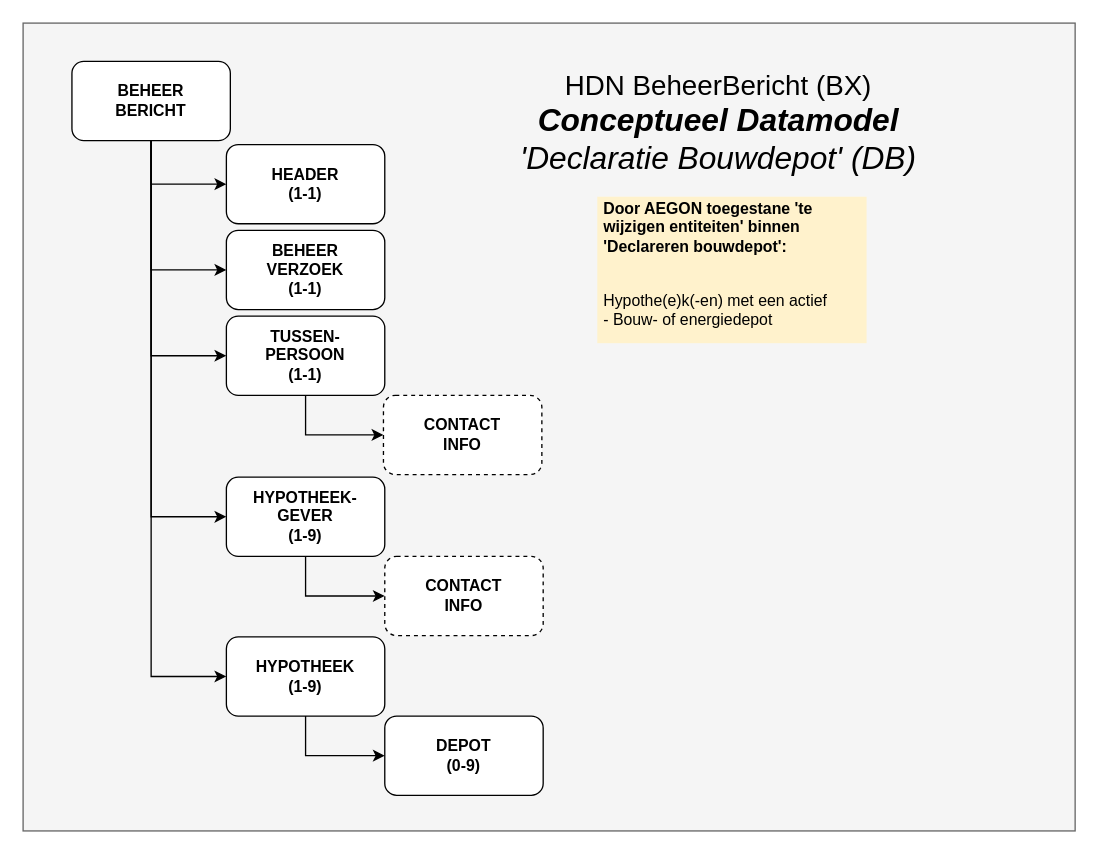
luchthandel/diagrams keeps this draw.io diagram as page "DataModel DB" (1 of 5) of HDN_BX_MM_BouwdepotDeclaratie.drawio. Above is the earlier version. Source tidied: cells renumbered, new cells numbered last; positions are measured from the earlier drawing's top-left corner, leaving out a move shared by most shapes. Both pictures are drawn from the tidied source at 132%, with x=0, y=0 at pixel (22, 22).
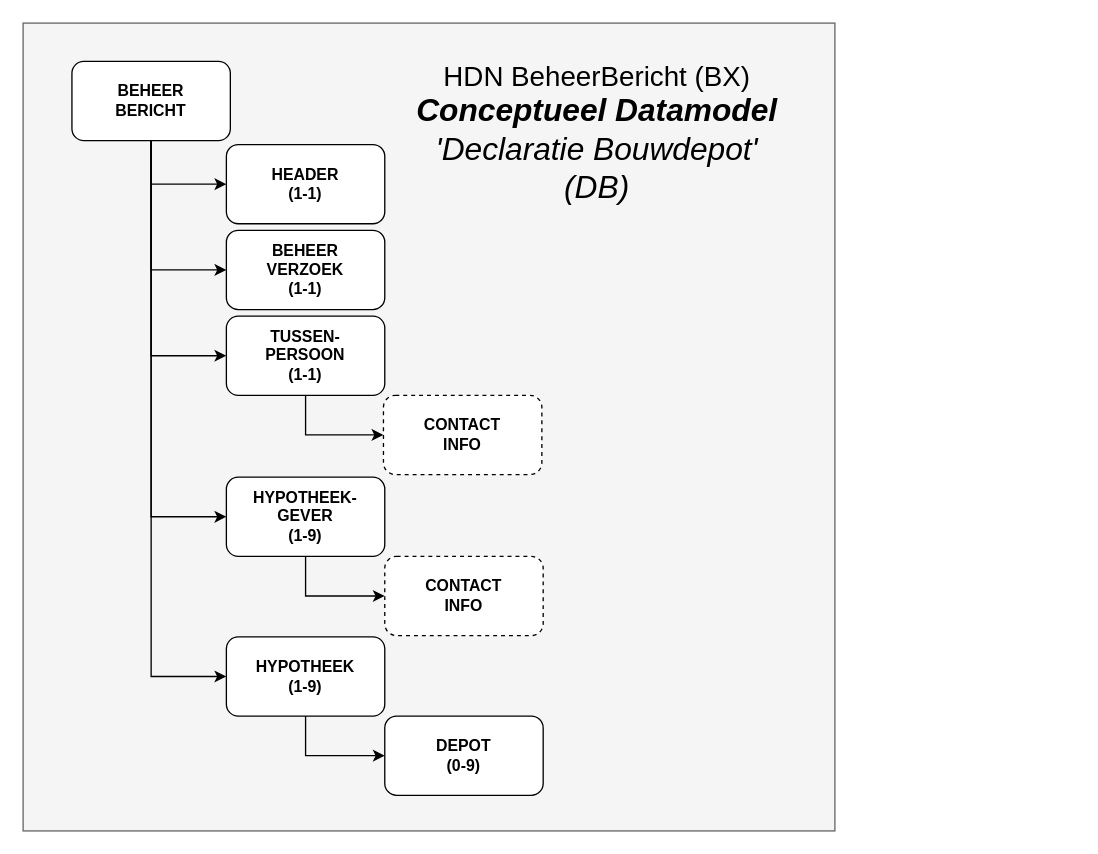
After the change.

Change to the diagram source:
```diff
@@
     <mxCell id="2" style="rounded=0;whiteSpace=wrap;html=1;fillColor=#f5f5f5;strokeColor=#666666;fontColor=#333333;labelBackgroundColor=none;" parent="1" vertex="1">
-      <mxGeometry width="797" height="612" as="geometry" />
+      <mxGeometry width="615" height="612" as="geometry" />
     </mxCell>
@@
     <mxCell id="20" value="&lt;font style=&quot;font-size: 21px&quot;&gt;HDN BeheerBericht (BX)&lt;br&gt;&lt;/font&gt;&lt;span style=&quot;font-size: 24px&quot;&gt;&lt;i&gt;&lt;b&gt;Conceptueel Datamodel&lt;/b&gt;&lt;br&gt;'Declaratie Bouwdepot' (DB)&lt;br&gt;&lt;/i&gt;&lt;/span&gt;" style="text;html=1;strokeColor=none;fillColor=none;align=center;verticalAlign=middle;whiteSpace=wrap;rounded=0;" parent="1" vertex="1">
-      <mxGeometry x="297" y="29" width="460" height="93" as="geometry" />
+      <mxGeometry x="289" y="36" width="292" height="93" as="geometry" />
     </mxCell>
-    <mxCell id="21" value="&lt;p&gt;&lt;b&gt;Door AEGON toegestane 'te wijzigen entiteiten' binnen 'Declareren bouwdepot':&lt;/b&gt;&lt;/p&gt;&lt;p&gt;&lt;b&gt;&lt;br&gt;&lt;/b&gt;Hypothe(e)k(-en) met een actief&lt;br&gt;- Bouw- of energiedepot&lt;/p&gt;" style="text;html=1;fillColor=#fff2cc;spacing=5;spacingTop=-20;whiteSpace=wrap;overflow=hidden;rounded=0;verticalAlign=top;" parent="1" vertex="1">
-      <mxGeometry x="435" y="131.5" width="204" height="111" as="geometry" />
-    </mxCell>
```
